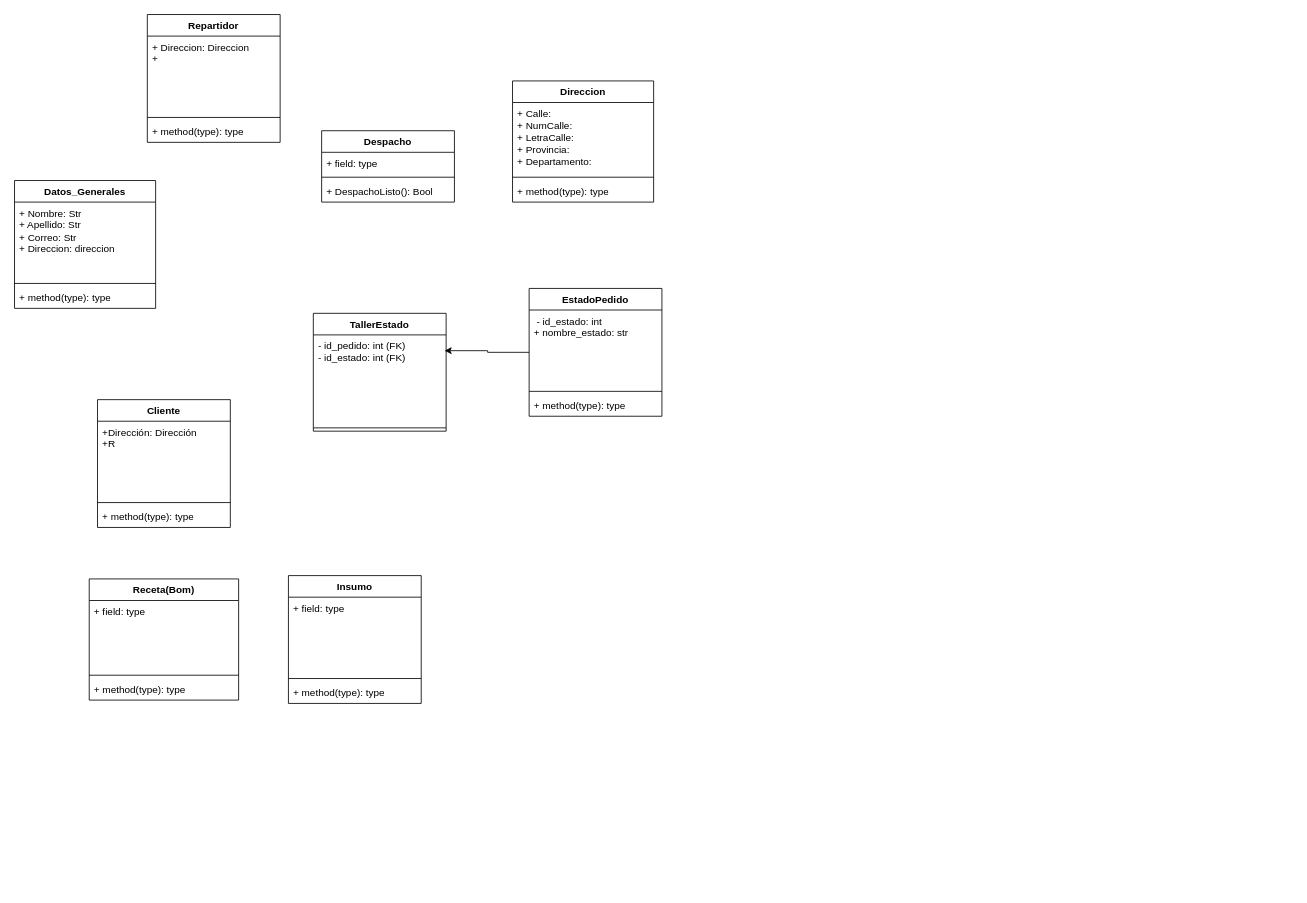
Before: Diagramas_de_Clase/Diagrama de Clase (pasteleria).drawio in jorgeortizcastillo2020-hue/MSI_JJ_PARADIGMA4-1_IEC_N2_C1, a draw.io diagram. Source tidied: cells renumbered, new cells numbered last; positions are measured from the earlier drawing's top-left corner, leaving out a move shared by most shapes. Both pictures are drawn from the tidied source at 83%, with x=0, y=0 at pixel (14, 14).
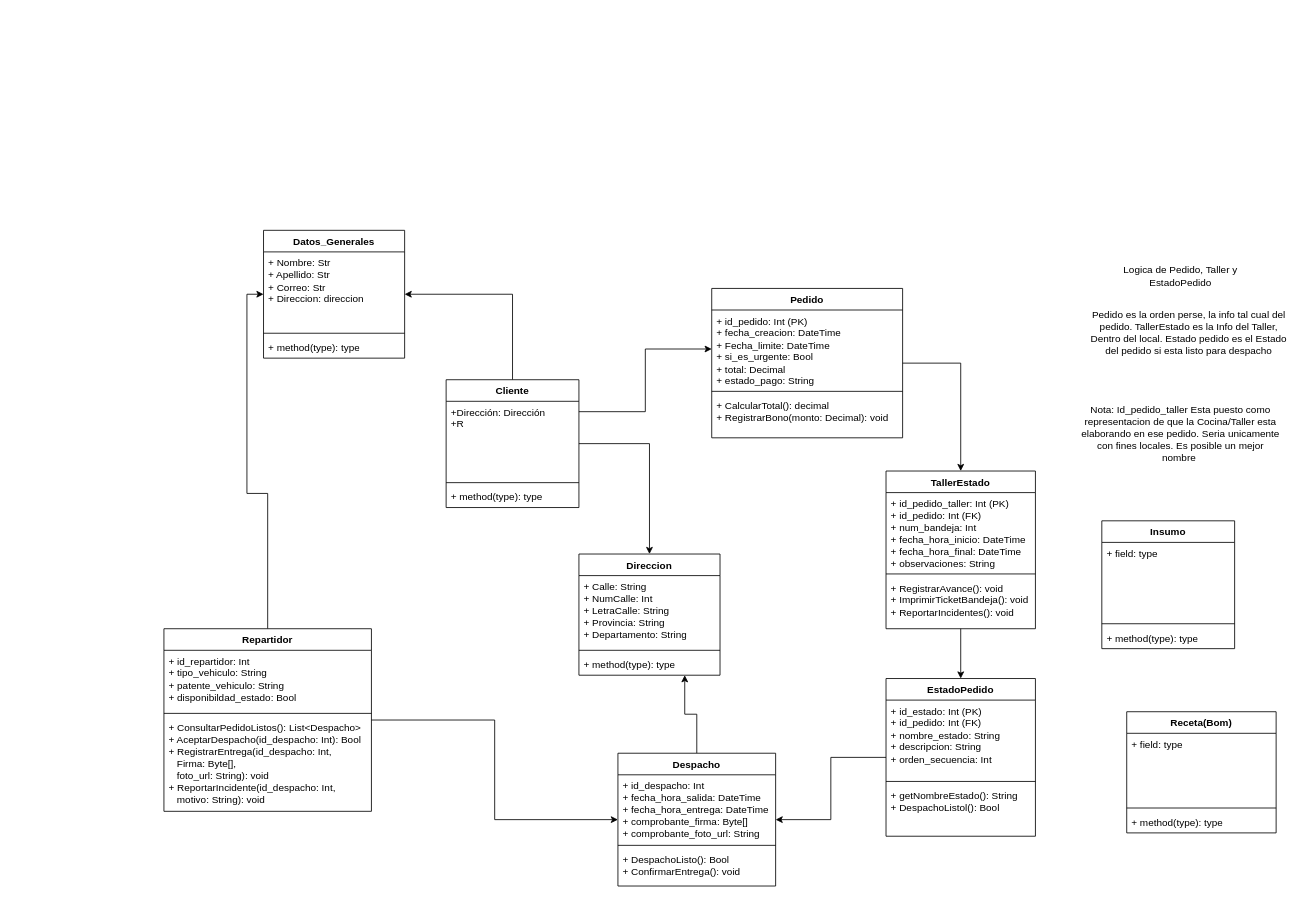
Above is the later version.

Diff of the diagram source:
```diff
@@
-    <mxCell id="2" value="TallerEstado" style="swimlane;fontStyle=1;align=center;verticalAlign=top;horizontal=1;startSize=26;whiteSpace=wrap;html=1;" parent="1" vertex="1">
-      <mxGeometry x="360" y="360" width="160" height="142" as="geometry" />
-    </mxCell>
-    <mxCell id="3" value="&lt;div&gt;&lt;div&gt;- id_pedido: int (FK)&lt;/div&gt;&lt;/div&gt;&lt;div&gt;- id_estado: int (FK)&lt;/div&gt;&lt;div&gt;&lt;div&gt;&lt;br&gt;&lt;/div&gt;&lt;/div&gt;" style="text;strokeColor=none;fillColor=none;align=left;verticalAlign=top;spacingLeft=4;spacingRight=4;overflow=hidden;points=[[0,0.5],[1,0.5]];portConstraint=eastwest;whiteSpace=wrap;html=1;" parent="2" vertex="1">
-      <mxGeometry y="26" width="160" height="108" as="geometry" />
-    </mxCell>
-    <mxCell id="4" style="line;strokeWidth=1;fillColor=none;align=left;verticalAlign=middle;spacingTop=-1;spacingLeft=3;spacingRight=3;labelPosition=right;strokeColor=inherit;labelPerimeter=1;" parent="2" vertex="1">
-      <mxGeometry y="134" width="160" height="8" as="geometry" />
-    </mxCell>
     <mxCell id="5" value="Insumo" style="swimlane;fontStyle=1;align=center;verticalAlign=top;horizontal=1;startSize=26;whiteSpace=wrap;html=1;" parent="1" vertex="1">
-      <mxGeometry x="330" y="676" width="160" height="154" as="geometry" />
+      <mxGeometry x="1310" y="610" width="160" height="154" as="geometry" />
     </mxCell>
@@
     <mxCell id="9" value="Receta(Bom)" style="swimlane;fontStyle=1;align=center;verticalAlign=top;horizontal=1;startSize=26;whiteSpace=wrap;html=1;" parent="1" vertex="1">
-      <mxGeometry x="90" y="680" width="180" height="146" as="geometry" />
+      <mxGeometry x="1340" y="840" width="180" height="146" as="geometry" />
     </mxCell>
@@
+    <mxCell id="38" style="edgeStyle=orthogonalEdgeStyle;rounded=0;jettySize=auto;html=1;exitX=1;exitY=0.5;exitDx=0;exitDy=0;entryX=0.5;entryY=0;entryDx=0;entryDy=0;defaultLabelBackgroundColor=page;" parent="1" edge="1" source="13" target="29">
+      <mxGeometry relative="1" as="geometry" />
+    </mxCell>
+    <mxCell id="39" style="edgeStyle=orthogonalEdgeStyle;rounded=0;jettySize=auto;html=1;exitX=1;exitY=0.25;exitDx=0;exitDy=0;entryX=0;entryY=0.5;entryDx=0;entryDy=0;defaultLabelBackgroundColor=page;" parent="1" edge="1" source="13" target="47">
+      <mxGeometry relative="1" as="geometry" />
+    </mxCell>
+    <mxCell id="40" style="edgeStyle=orthogonalEdgeStyle;rounded=0;jettySize=auto;html=1;exitX=0.5;exitY=0;exitDx=0;exitDy=0;entryX=1;entryY=0.5;entryDx=0;entryDy=0;defaultLabelBackgroundColor=page;" parent="1" edge="1" source="13" target="25">
+      <mxGeometry relative="1" as="geometry" />
+    </mxCell>
     <mxCell id="13" value="Cliente" style="swimlane;fontStyle=1;align=center;verticalAlign=top;horizontal=1;startSize=26;whiteSpace=wrap;html=1;" parent="1" vertex="1">
-      <mxGeometry x="100" y="464" width="160" height="154" as="geometry" />
+      <mxGeometry x="520" y="440" width="160" height="154" as="geometry" />
     </mxCell>
@@
+    <mxCell id="41" style="edgeStyle=orthogonalEdgeStyle;rounded=0;jettySize=auto;html=1;exitX=0.5;exitY=0;exitDx=0;exitDy=0;entryX=0.75;entryY=1;entryDx=0;entryDy=0;defaultLabelBackgroundColor=page;" parent="1" edge="1" source="17" target="29">
+      <mxGeometry relative="1" as="geometry" />
+    </mxCell>
     <mxCell id="17" value="Despacho" style="swimlane;fontStyle=1;align=center;verticalAlign=top;horizontal=1;startSize=26;whiteSpace=wrap;html=1;" parent="1" vertex="1">
-      <mxGeometry x="370" y="140" width="160" height="86" as="geometry" />
+      <mxGeometry x="727" y="890" width="190" height="160" as="geometry" />
     </mxCell>
-    <mxCell id="18" value="+ field: type" style="text;strokeColor=none;fillColor=none;align=left;verticalAlign=top;spacingLeft=4;spacingRight=4;overflow=hidden;whiteSpace=wrap;html=1;" parent="17" vertex="1">
-      <mxGeometry y="26" width="160" height="26" as="geometry" />
+    <mxCell id="18" value="+ id_despacho: Int&lt;div&gt;+ fecha_hora_salida: DateTime&lt;/div&gt;&lt;div&gt;+ fecha_hora_entrega: DateTime&lt;/div&gt;&lt;div&gt;+ comprobante_firma: Byte[]&lt;/div&gt;&lt;div&gt;+ comprobante_foto_url: String&lt;/div&gt;&lt;div&gt;&lt;br&gt;&lt;/div&gt;" style="text;strokeColor=none;fillColor=none;align=left;verticalAlign=top;spacingLeft=4;spacingRight=4;overflow=hidden;whiteSpace=wrap;html=1;" parent="17" vertex="1">
+      <mxGeometry y="26" width="190" height="81" as="geometry" />
     </mxCell>
     <mxCell id="19" style="line;strokeWidth=1;fillColor=none;align=left;verticalAlign=middle;spacingTop=-1;spacingLeft=3;spacingRight=3;labelPosition=right;strokeColor=inherit;labelPerimeter=1;" parent="17" vertex="1">
-      <mxGeometry y="52" width="160" height="8" as="geometry" />
+      <mxGeometry y="107" width="190" height="8" as="geometry" />
     </mxCell>
-    <mxCell id="20" value="+ DespachoListo(): Bool" style="text;strokeColor=none;fillColor=none;align=left;verticalAlign=top;spacingLeft=4;spacingRight=4;overflow=hidden;whiteSpace=wrap;html=1;" parent="17" vertex="1">
-      <mxGeometry y="60" width="160" height="26" as="geometry" />
+    <mxCell id="20" value="+ DespachoListo(): Bool&lt;div&gt;+ ConfirmarEntrega(): void&lt;/div&gt;" style="text;strokeColor=none;fillColor=none;align=left;verticalAlign=top;spacingLeft=4;spacingRight=4;overflow=hidden;whiteSpace=wrap;html=1;" parent="17" vertex="1">
+      <mxGeometry y="115" width="190" height="45" as="geometry" />
     </mxCell>
+    <mxCell id="42" style="edgeStyle=orthogonalEdgeStyle;rounded=0;jettySize=auto;html=1;exitX=1;exitY=0.5;exitDx=0;exitDy=0;entryX=0;entryY=0.5;entryDx=0;entryDy=0;defaultLabelBackgroundColor=page;" parent="1" edge="1" source="21" target="17">
+      <mxGeometry relative="1" as="geometry" />
+    </mxCell>
+    <mxCell id="43" style="edgeStyle=orthogonalEdgeStyle;rounded=0;jettySize=auto;html=1;exitX=0.5;exitY=0;exitDx=0;exitDy=0;entryX=0;entryY=0.5;entryDx=0;entryDy=0;defaultLabelBackgroundColor=page;" parent="1" edge="1" source="21" target="25">
+      <mxGeometry relative="1" as="geometry" />
+    </mxCell>
     <mxCell id="21" value="Repartidor" style="swimlane;fontStyle=1;align=center;verticalAlign=top;horizontal=1;startSize=26;whiteSpace=wrap;html=1;" parent="1" vertex="1">
-      <mxGeometry x="160" width="160" height="154" as="geometry" />
+      <mxGeometry x="180" y="740" width="250" height="220" as="geometry" />
     </mxCell>
-    <mxCell id="22" value="&lt;div&gt;+ Direccion: Direccion&lt;/div&gt;&lt;div&gt;+&amp;nbsp;&lt;/div&gt;" style="text;strokeColor=none;fillColor=none;align=left;verticalAlign=top;spacingLeft=4;spacingRight=4;overflow=hidden;whiteSpace=wrap;html=1;" parent="21" vertex="1">
-      <mxGeometry y="26" width="160" height="94" as="geometry" />
+    <mxCell id="22" value="&lt;div&gt;+ id_repartidor: Int&lt;/div&gt;&lt;div&gt;+ tipo_vehiculo: String&lt;/div&gt;&lt;div&gt;+ patente_vehiculo: String&lt;/div&gt;&lt;div&gt;+ disponibildad_estado: Bool&lt;/div&gt;" style="text;strokeColor=none;fillColor=none;align=left;verticalAlign=top;spacingLeft=4;spacingRight=4;overflow=hidden;whiteSpace=wrap;html=1;" parent="21" vertex="1">
+      <mxGeometry y="26" width="250" height="72" as="geometry" />
     </mxCell>
     <mxCell id="23" style="line;strokeWidth=1;fillColor=none;align=left;verticalAlign=middle;spacingTop=-1;spacingLeft=3;spacingRight=3;labelPosition=right;strokeColor=inherit;labelPerimeter=1;" parent="21" vertex="1">
-      <mxGeometry y="120" width="160" height="8" as="geometry" />
+      <mxGeometry y="98" width="250" height="8" as="geometry" />
     </mxCell>
-    <mxCell id="24" value="+ method(type): type" style="text;strokeColor=none;fillColor=none;align=left;verticalAlign=top;spacingLeft=4;spacingRight=4;overflow=hidden;whiteSpace=wrap;html=1;" parent="21" vertex="1">
-      <mxGeometry y="128" width="160" height="26" as="geometry" />
+    <mxCell id="24" value="+ ConsultarPedidoListos(): List&amp;lt;Despacho&amp;gt;&lt;div&gt;+ AceptarDespacho(id_despacho: Int): Bool&lt;/div&gt;&lt;div&gt;+ RegistrarEntrega(id_despacho: Int,&amp;nbsp;&lt;/div&gt;&lt;div&gt;&amp;nbsp; &amp;nbsp;Firma: Byte[],&lt;/div&gt;&lt;div&gt;&amp;nbsp; &amp;nbsp;foto_url: String): void&amp;nbsp;&lt;/div&gt;&lt;div&gt;+ ReportarIncidente(id_despacho: Int,&lt;/div&gt;&lt;div&gt;&amp;nbsp; &amp;nbsp;motivo: String): void&lt;/div&gt;&lt;div&gt;&lt;br&gt;&lt;/div&gt;" style="text;strokeColor=none;fillColor=none;align=left;verticalAlign=top;spacingLeft=4;spacingRight=4;overflow=hidden;whiteSpace=wrap;html=1;" parent="21" vertex="1">
+      <mxGeometry y="106" width="250" height="114" as="geometry" />
     </mxCell>
     <mxCell id="25" value="Datos_Generales" style="swimlane;fontStyle=1;align=center;verticalAlign=top;horizontal=1;startSize=26;whiteSpace=wrap;html=1;" parent="1" vertex="1">
-      <mxGeometry y="200" width="170" height="154" as="geometry" />
+      <mxGeometry x="300" y="260" width="170" height="154" as="geometry" />
     </mxCell>
@@
     <mxCell id="29" value="Direccion" style="swimlane;fontStyle=1;align=center;verticalAlign=top;horizontal=1;startSize=26;whiteSpace=wrap;html=1;" parent="1" vertex="1">
-      <mxGeometry x="600" y="80" width="170" height="146" as="geometry" />
+      <mxGeometry x="680" y="650" width="170" height="146" as="geometry" />
     </mxCell>
-    <mxCell id="30" value="+ Calle:&lt;div&gt;+ NumCalle:&lt;/div&gt;&lt;div&gt;+ LetraCalle:&lt;/div&gt;&lt;div&gt;+ Provincia:&lt;/div&gt;&lt;div&gt;+ Departamento:&lt;/div&gt;&lt;div&gt;&lt;br&gt;&lt;/div&gt;" style="text;strokeColor=none;fillColor=none;align=left;verticalAlign=top;spacingLeft=4;spacingRight=4;overflow=hidden;whiteSpace=wrap;html=1;" parent="29" vertex="1">
+    <mxCell id="30" value="+ Calle: String&lt;div&gt;+ NumCalle: Int&lt;/div&gt;&lt;div&gt;+ LetraCalle: String&lt;/div&gt;&lt;div&gt;+ Provincia: String&lt;/div&gt;&lt;div&gt;+ Departamento: String&lt;/div&gt;&lt;div&gt;&lt;br&gt;&lt;/div&gt;" style="text;strokeColor=none;fillColor=none;align=left;verticalAlign=top;spacingLeft=4;spacingRight=4;overflow=hidden;whiteSpace=wrap;html=1;" parent="29" vertex="1">
       <mxGeometry y="26" width="170" height="86" as="geometry" />
     </mxCell>
@@
+    <mxCell id="44" style="edgeStyle=orthogonalEdgeStyle;rounded=0;jettySize=auto;html=1;exitX=0;exitY=0.5;exitDx=0;exitDy=0;entryX=1;entryY=0.5;entryDx=0;entryDy=0;defaultLabelBackgroundColor=page;" parent="1" edge="1" source="33" target="17">
+      <mxGeometry relative="1" as="geometry" />
+    </mxCell>
     <mxCell id="33" value="EstadoPedido" style="swimlane;fontStyle=1;align=center;verticalAlign=top;horizontal=1;startSize=26;whiteSpace=wrap;html=1;" parent="1" vertex="1">
-      <mxGeometry x="620" y="330" width="160" height="154" as="geometry" />
+      <mxGeometry x="1050" y="800" width="180" height="190" as="geometry" />
     </mxCell>
-    <mxCell id="34" value="&lt;div&gt;&amp;nbsp;- id_esta&lt;span style=&quot;background-color: transparent; color: light-dark(#000000, var(--ge-light-color, #ffffff));&quot;&gt;do: int&lt;/span&gt;&lt;/div&gt;&lt;div&gt;+ nombre_estado: str&lt;/div&gt;" style="text;strokeColor=none;fillColor=none;align=left;verticalAlign=top;spacingLeft=4;spacingRight=4;overflow=hidden;whiteSpace=wrap;html=1;" parent="33" vertex="1">
-      <mxGeometry y="26" width="160" height="94" as="geometry" />
+    <mxCell id="34" value="&lt;div&gt;+ id_esta&lt;span style=&quot;background-color: transparent; color: light-dark(#000000, var(--ge-light-color, #ffffff));&quot;&gt;do: Int (PK)&lt;br&gt;+ id_pedido: Int (FK)&lt;/span&gt;&lt;/div&gt;&lt;div&gt;+ nombre_estado: String&lt;/div&gt;&lt;div&gt;+ descripcion: String&lt;/div&gt;&lt;div&gt;+ orden_secuencia: Int&lt;/div&gt;" style="text;strokeColor=none;fillColor=none;align=left;verticalAlign=top;spacingLeft=4;spacingRight=4;overflow=hidden;whiteSpace=wrap;html=1;" parent="33" vertex="1">
+      <mxGeometry y="26" width="180" height="94" as="geometry" />
     </mxCell>
     <mxCell id="35" style="line;strokeWidth=1;fillColor=none;align=left;verticalAlign=middle;spacingTop=-1;spacingLeft=3;spacingRight=3;labelPosition=right;strokeColor=inherit;labelPerimeter=1;" parent="33" vertex="1">
-      <mxGeometry y="120" width="160" height="8" as="geometry" />
+      <mxGeometry y="120" width="180" height="8" as="geometry" />
     </mxCell>
-    <mxCell id="36" value="+ method(type): type" style="text;strokeColor=none;fillColor=none;align=left;verticalAlign=top;spacingLeft=4;spacingRight=4;overflow=hidden;whiteSpace=wrap;html=1;" parent="33" vertex="1">
-      <mxGeometry y="128" width="160" height="26" as="geometry" />
+    <mxCell id="36" value="+ getNombreEstado(): String&lt;div&gt;+ DespachoListol(): Bool&lt;/div&gt;" style="text;strokeColor=none;fillColor=none;align=left;verticalAlign=top;spacingLeft=4;spacingRight=4;overflow=hidden;whiteSpace=wrap;html=1;" parent="33" vertex="1">
+      <mxGeometry y="128" width="180" height="62" as="geometry" />
     </mxCell>
-    <mxCell id="37" style="edgeStyle=orthogonalEdgeStyle;rounded=0;jettySize=auto;html=1;entryX=0.988;entryY=0.176;entryDx=0;entryDy=0;entryPerimeter=0;defaultLabelBackgroundColor=page;" parent="1" edge="1" source="33" target="3">
-      <mxGeometry relative="1" as="geometry" />
-    </mxCell>
+    <mxCell id="45" style="edgeStyle=orthogonalEdgeStyle;rounded=0;jettySize=auto;html=1;exitX=1;exitY=0.5;exitDx=0;exitDy=0;entryX=0.5;entryY=0;entryDx=0;entryDy=0;defaultLabelBackgroundColor=page;" parent="1" edge="1" source="46" target="2">
+      <mxGeometry relative="1" as="geometry" />
+    </mxCell>
+    <mxCell id="46" value="Pedido" style="swimlane;fontStyle=1;align=center;verticalAlign=top;horizontal=1;startSize=26;whiteSpace=wrap;html=1;" parent="1" vertex="1">
+      <mxGeometry x="840" y="330" width="230" height="180" as="geometry" />
+    </mxCell>
+    <mxCell id="47" value="+ id_pedido: Int (PK)&lt;div&gt;+ fecha_creacion: DateTime&lt;/div&gt;&lt;div&gt;+ Fecha_limite: DateTime&lt;br&gt;&lt;div&gt;+ si_es_urgente: Bool&lt;/div&gt;&lt;/div&gt;&lt;div&gt;+ total: Decimal&lt;/div&gt;&lt;div&gt;+ estado_pago: String&lt;/div&gt;" style="text;strokeColor=none;fillColor=none;align=left;verticalAlign=top;spacingLeft=4;spacingRight=4;overflow=hidden;points=[[0,0.5],[1,0.5]];portConstraint=eastwest;whiteSpace=wrap;html=1;" parent="46" vertex="1">
+      <mxGeometry y="26" width="230" height="94" as="geometry" />
+    </mxCell>
+    <mxCell id="48" style="line;strokeWidth=1;fillColor=none;align=left;verticalAlign=middle;spacingTop=-1;spacingLeft=3;spacingRight=3;labelPosition=right;strokeColor=inherit;labelPerimeter=1;" parent="46" vertex="1">
+      <mxGeometry y="120" width="230" height="8" as="geometry" />
+    </mxCell>
+    <mxCell id="49" value="+ CalcularTotal(): decimal&lt;span style=&quot;background-color: transparent; color: light-dark(#000000, var(--ge-light-color, #ffffff));&quot;&gt;&amp;nbsp;&lt;/span&gt;&lt;div&gt;&lt;div&gt;+ RegistrarBono(monto: Decimal): void&lt;/div&gt;&lt;/div&gt;" style="text;strokeColor=none;fillColor=none;align=left;verticalAlign=top;spacingLeft=4;spacingRight=4;overflow=hidden;whiteSpace=wrap;html=1;" parent="46" vertex="1">
+      <mxGeometry y="128" width="230" height="52" as="geometry" />
+    </mxCell>
+    <mxCell id="50" style="edgeStyle=orthogonalEdgeStyle;rounded=0;jettySize=auto;html=1;exitX=0.5;exitY=1;exitDx=0;exitDy=0;entryX=0.5;entryY=0;entryDx=0;entryDy=0;defaultLabelBackgroundColor=page;" parent="1" edge="1" source="2" target="33">
+      <mxGeometry relative="1" as="geometry" />
+    </mxCell>
+    <mxCell id="2" value="TallerEstado" style="swimlane;fontStyle=1;align=center;verticalAlign=top;horizontal=1;startSize=26;whiteSpace=wrap;html=1;" parent="1" vertex="1">
+      <mxGeometry x="1050" y="550" width="180" height="190" as="geometry" />
+    </mxCell>
+    <mxCell id="51" value="&lt;div&gt;+ id_pedido_taller: Int (PK)&lt;/div&gt;&lt;div&gt;+ id_pedido: Int (FK)&lt;/div&gt;&lt;div&gt;+ num_bandeja: Int&lt;/div&gt;&lt;div&gt;+ fecha_hora_inicio: DateTime&lt;/div&gt;&lt;div&gt;+ fecha_hora_final: DateTime&lt;/div&gt;&lt;div&gt;+ observaciones: String&lt;/div&gt;" style="text;strokeColor=none;fillColor=none;align=left;verticalAlign=top;spacingLeft=4;spacingRight=4;overflow=hidden;whiteSpace=wrap;html=1;" parent="2" vertex="1">
+      <mxGeometry y="26" width="180" height="94" as="geometry" />
+    </mxCell>
+    <mxCell id="52" style="line;strokeWidth=1;fillColor=none;align=left;verticalAlign=middle;spacingTop=-1;spacingLeft=3;spacingRight=3;labelPosition=right;strokeColor=inherit;labelPerimeter=1;" parent="2" vertex="1">
+      <mxGeometry y="120" width="180" height="8" as="geometry" />
+    </mxCell>
+    <mxCell id="53" value="+ RegistrarAvance(): void&lt;div&gt;&lt;span style=&quot;background-color: transparent; color: light-dark(#000000, var(--ge-light-color, #ffffff));&quot;&gt;+ ImprimirTicketBandeja(): void&lt;/span&gt;&lt;/div&gt;&lt;div&gt;+ ReportarIncidentes(): void&lt;/div&gt;" style="text;strokeColor=none;fillColor=none;align=left;verticalAlign=top;spacingLeft=4;spacingRight=4;overflow=hidden;whiteSpace=wrap;html=1;" parent="2" vertex="1">
+      <mxGeometry y="128" width="180" height="62" as="geometry" />
+    </mxCell>
+    <mxCell id="54" value="Logica de Pedido, Taller y EstadoPedido" style="text;html=1;whiteSpace=wrap;strokeColor=none;fillColor=none;align=center;verticalAlign=middle;rounded=0;" parent="1" vertex="1">
+      <mxGeometry x="1310" y="300" width="190" height="30" as="geometry" />
+    </mxCell>
+    <mxCell id="55" value="Pedido es la orden perse, la info tal cual del pedido. TallerEstado es la Info del Taller, Dentro del local. Estado pedido es el Estado del pedido si esta listo para despacho" style="text;html=1;whiteSpace=wrap;strokeColor=none;fillColor=none;align=center;verticalAlign=middle;rounded=0;" parent="1" vertex="1">
+      <mxGeometry x="1290" y="340" width="250" height="86" as="geometry" />
+    </mxCell>
+    <mxCell id="56" value="Nota: Id_pedido_taller Esta puesto como representacion de que la Cocina/Taller esta elaborando en ese pedido. Seria unicamente con fines locales. Es posible un mejor nombre&amp;nbsp;" style="text;html=1;whiteSpace=wrap;strokeColor=none;fillColor=none;align=center;verticalAlign=middle;rounded=0;" parent="1" vertex="1">
+      <mxGeometry x="1280" y="490" width="250" height="30" as="geometry" />
+    </mxCell>
```
